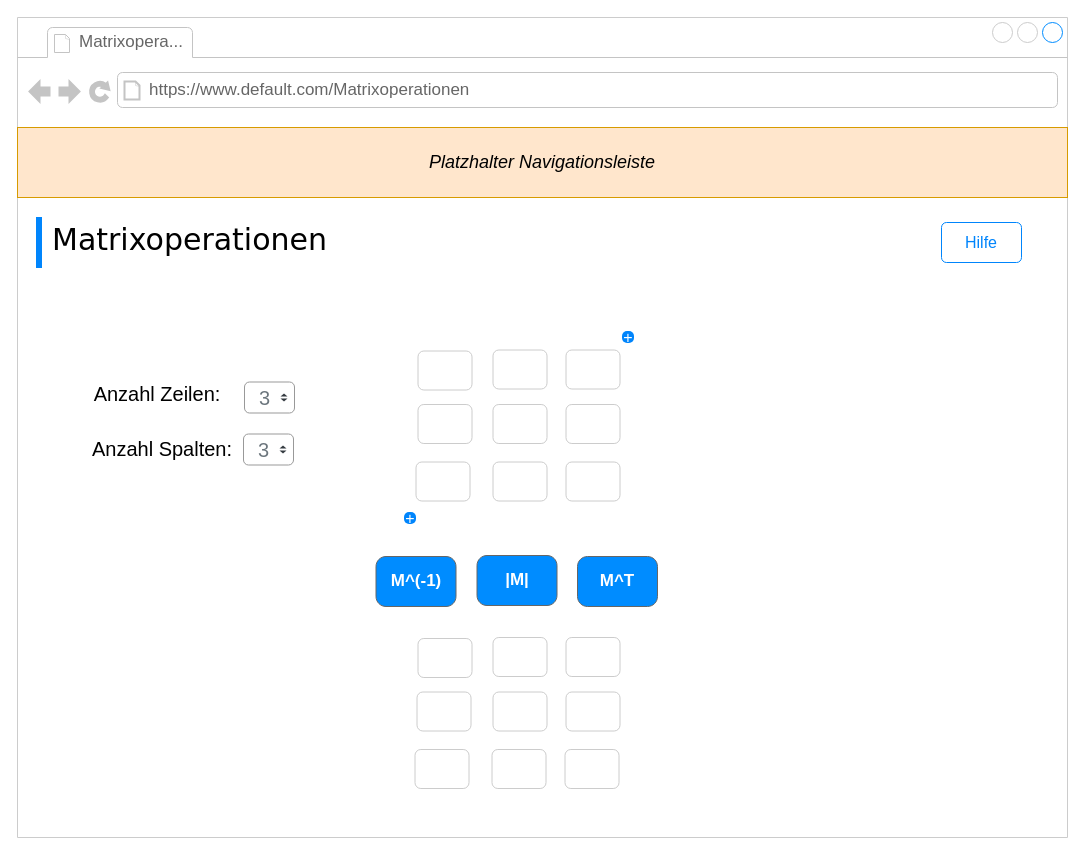
Above: mockup/mockup_matrixoperationen.drawio in finitearth/Gaussian-Elimination-GUI (draw.io), before the change. Source tidied: cells renumbered, new cells numbered last; positions are measured from the earlier drawing's top-left corner, leaving out a move shared by most shapes. Both pictures are drawn from the tidied source at 100%, with x=0, y=0 at pixel (17, 17).
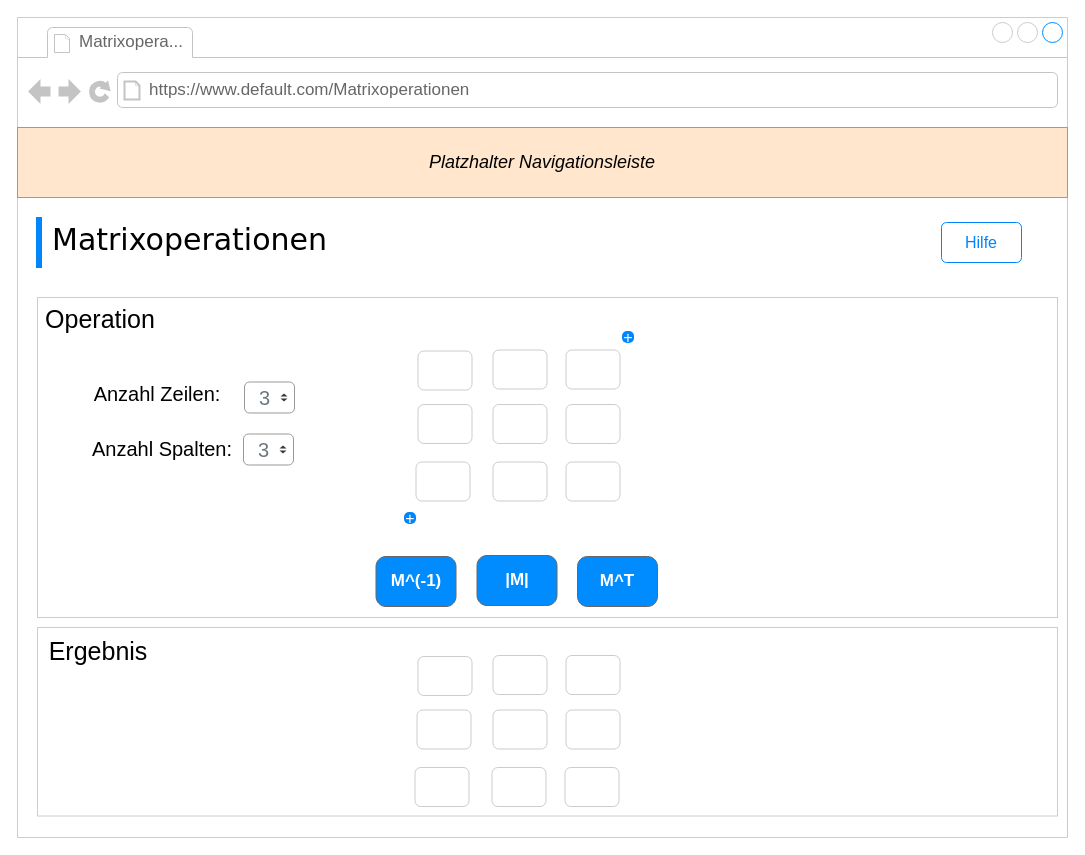
Above is the later version.

Commit message (it also covers changes not shown here):
changing mockups home and matrixoperationen

Unchanged cells that the change refers to:
```xml
<mxCell id="2" style="strokeWidth=1;shadow=0;dashed=0;align=center;html=1;shape=mxgraph.mockup.containers.browserWindow;rSize=0;strokeColor=#CCCCCC;mainText=,;rounded=0;labelBackgroundColor=none;fontFamily=Verdana;fontSize=12;" parent="1" vertex="1">
  <mxGeometry width="1050" height="820" as="geometry" />
</mxCell>
```

Change to the diagram source:
```diff
@@
     <mxCell id="25" style="rounded=1;whiteSpace=wrap;html=1;strokeColor=#CCCCCC;fontSize=20;" parent="2" vertex="1">
-      <mxGeometry x="397.5" y="732" width="54" height="39" as="geometry" />
+      <mxGeometry x="397.5" y="750" width="54" height="39" as="geometry" />
     </mxCell>
     <mxCell id="26" style="rounded=1;whiteSpace=wrap;html=1;strokeColor=#CCCCCC;fontSize=20;" parent="2" vertex="1">
-      <mxGeometry x="399.5" y="674.5" width="54" height="39" as="geometry" />
+      <mxGeometry x="399.5" y="692.5" width="54" height="39" as="geometry" />
     </mxCell>
     <mxCell id="27" style="rounded=1;whiteSpace=wrap;html=1;strokeColor=#CCCCCC;fontSize=20;" parent="2" vertex="1">
-      <mxGeometry x="547.5" y="732" width="54" height="39" as="geometry" />
+      <mxGeometry x="547.5" y="750" width="54" height="39" as="geometry" />
     </mxCell>
     <mxCell id="28" style="rounded=1;whiteSpace=wrap;html=1;strokeColor=#CCCCCC;fontSize=20;" parent="2" vertex="1">
-      <mxGeometry x="474.5" y="732" width="54" height="39" as="geometry" />
+      <mxGeometry x="474.5" y="750" width="54" height="39" as="geometry" />
     </mxCell>
     <mxCell id="29" style="rounded=1;whiteSpace=wrap;html=1;strokeColor=#CCCCCC;fontSize=20;" parent="2" vertex="1">
-      <mxGeometry x="400.5" y="621" width="54" height="39" as="geometry" />
+      <mxGeometry x="400.5" y="639" width="54" height="39" as="geometry" />
     </mxCell>
     <mxCell id="30" style="rounded=1;whiteSpace=wrap;html=1;strokeColor=#CCCCCC;fontSize=20;" parent="2" vertex="1">
-      <mxGeometry x="475.5" y="620" width="54" height="39" as="geometry" />
+      <mxGeometry x="475.5" y="638" width="54" height="39" as="geometry" />
     </mxCell>
     <mxCell id="31" style="rounded=1;whiteSpace=wrap;html=1;strokeColor=#CCCCCC;fontSize=20;" parent="2" vertex="1">
-      <mxGeometry x="548.5" y="620" width="54" height="39" as="geometry" />
+      <mxGeometry x="548.5" y="638" width="54" height="39" as="geometry" />
     </mxCell>
     <mxCell id="32" style="rounded=1;whiteSpace=wrap;html=1;strokeColor=#CCCCCC;fontSize=20;" parent="2" vertex="1">
-      <mxGeometry x="548.5" y="674.5" width="54" height="39" as="geometry" />
+      <mxGeometry x="548.5" y="692.5" width="54" height="39" as="geometry" />
     </mxCell>
     <mxCell id="33" style="rounded=1;whiteSpace=wrap;html=1;strokeColor=#CCCCCC;fontSize=20;" parent="2" vertex="1">
-      <mxGeometry x="475.5" y="674.5" width="54" height="39" as="geometry" />
+      <mxGeometry x="475.5" y="692.5" width="54" height="39" as="geometry" />
     </mxCell>
+    <mxCell id="40" style="rounded=0;whiteSpace=wrap;html=1;fillColor=none;strokeColor=#CCCCCC;" parent="2" vertex="1">
+      <mxGeometry x="20" y="280" width="1020" height="320" as="geometry" />
+    </mxCell>
+    <mxCell id="41" value="&lt;font style=&quot;font-size: 25px;&quot;&gt;Operation&lt;/font&gt;" style="text;html=1;strokeColor=none;fillColor=none;align=center;verticalAlign=middle;whiteSpace=wrap;rounded=0;" parent="2" vertex="1">
+      <mxGeometry x="53" y="286" width="60" height="30" as="geometry" />
+    </mxCell>
+    <mxCell id="42" value="&lt;font style=&quot;font-size: 25px;&quot;&gt;Ergebnis&lt;/font&gt;" style="text;html=1;strokeColor=none;fillColor=none;align=center;verticalAlign=middle;whiteSpace=wrap;rounded=0;" parent="2" vertex="1">
+      <mxGeometry x="51" y="618" width="60" height="30" as="geometry" />
+    </mxCell>
+    <mxCell id="43" style="rounded=0;whiteSpace=wrap;html=1;fillColor=none;strokeColor=#CCCCCC;" parent="2" vertex="1">
+      <mxGeometry x="20" y="610" width="1020" height="188.5" as="geometry" />
+    </mxCell>
```
